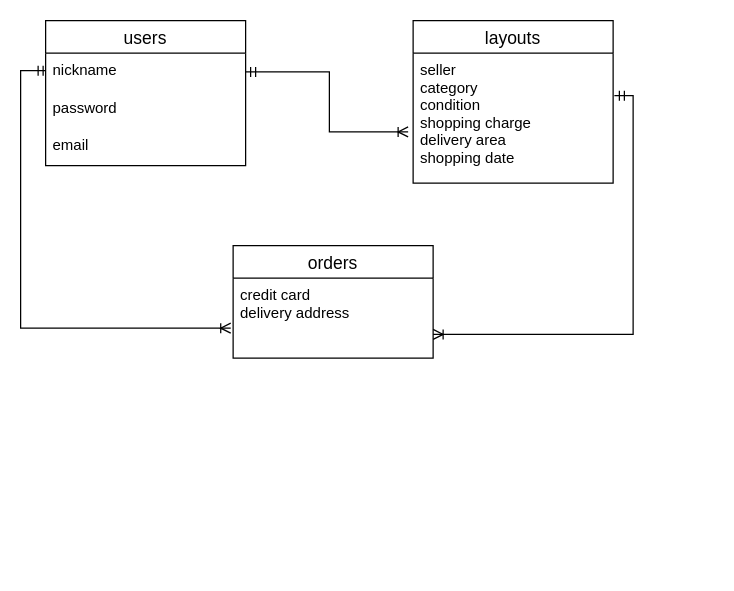
Earlier version of the draw.io diagram test.dio (kodairafumikazu/furima-33027). Source tidied: cells renumbered, new cells numbered last; positions are measured from the earlier drawing's top-left corner, leaving out a move shared by most shapes. Both pictures are drawn from the tidied source at 125%, with x=0, y=0 at pixel (20, 20).
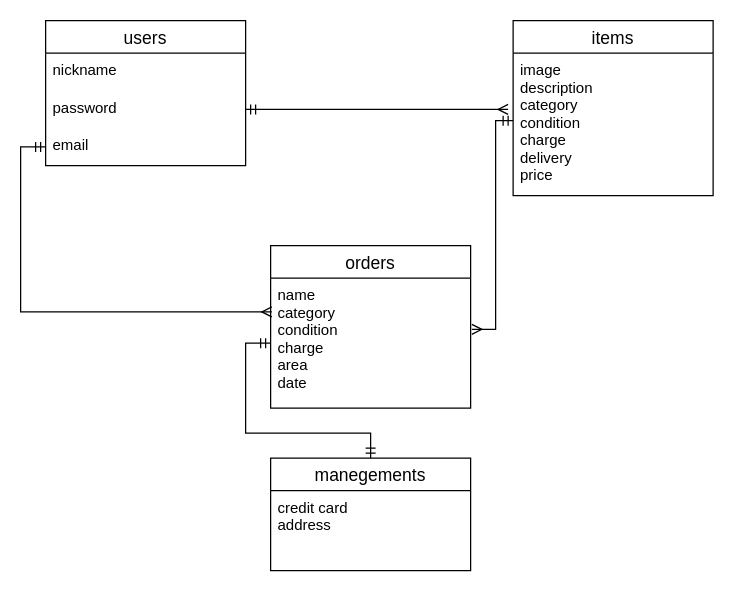
Above is the later version.

Commit message (it also covers changes not shown here):
ER図、データベース設計の修正２

Change to the diagram source:
```diff
@@
 <mxGraphModel>
   <root>
     <mxCell id="0" />
     <mxCell id="1" parent="0" />
     <mxCell id="2" value="users" style="swimlane;fontStyle=0;horizontal=1;startSize=26;align=center;fontSize=14;" parent="1" vertex="1">
       <mxGeometry x="20" width="160" height="116" as="geometry" />
     </mxCell>
     <mxCell id="3" value="nickname" style="text;strokeColor=none;fillColor=none;spacingLeft=4;spacingRight=4;overflow=hidden;points=[[0,0.5],[1,0.5]];portConstraint=eastwest;fontSize=12;" parent="2" vertex="1">
       <mxGeometry y="26" width="160" height="30" as="geometry" />
     </mxCell>
     <mxCell id="4" value="password" style="text;strokeColor=none;fillColor=none;spacingLeft=4;spacingRight=4;overflow=hidden;points=[[0,0.5],[1,0.5]];portConstraint=eastwest;fontSize=12;" parent="2" vertex="1">
       <mxGeometry y="56" width="160" height="30" as="geometry" />
     </mxCell>
     <mxCell id="5" value="email" style="text;strokeColor=none;fillColor=none;spacingLeft=4;spacingRight=4;overflow=hidden;points=[[0,0.5],[1,0.5]];portConstraint=eastwest;fontSize=12;" parent="2" vertex="1">
       <mxGeometry y="86" width="160" height="30" as="geometry" />
     </mxCell>
-    <mxCell id="6" value="layouts" style="swimlane;fontStyle=0;horizontal=1;startSize=26;align=center;fontSize=14;" parent="1" vertex="1">
-      <mxGeometry x="314" width="160" height="130" as="geometry" />
+    <mxCell id="6" value="orders" style="swimlane;fontStyle=0;horizontal=1;startSize=26;align=center;fontSize=14;" parent="1" vertex="1">
+      <mxGeometry x="200" y="180" width="160" height="130" as="geometry" />
     </mxCell>
+    <mxCell id="12" value="name&#10;category&#10;condition&#10;charge&#10;area&#10;date&#10;" style="text;strokeColor=none;fillColor=none;spacingLeft=4;spacingRight=4;overflow=hidden;points=[[0,0.5],[1,0.5]];portConstraint=eastwest;fontSize=12;" parent="6" vertex="1">
+      <mxGeometry y="26" width="160" height="104" as="geometry" />
+    </mxCell>
-    <mxCell id="7" value="orders" style="swimlane;fontStyle=0;horizontal=1;startSize=26;align=center;fontSize=14;" parent="1" vertex="1">
-      <mxGeometry x="170" y="180" width="160" height="90" as="geometry" />
+    <mxCell id="7" value="manegements" style="swimlane;fontStyle=0;horizontal=1;startSize=26;align=center;fontSize=14;" parent="1" vertex="1">
+      <mxGeometry x="200" y="350" width="160" height="90" as="geometry" />
     </mxCell>
-    <mxCell id="8" value="credit card &#10;delivery address" style="text;strokeColor=none;fillColor=none;spacingLeft=4;spacingRight=4;overflow=hidden;points=[[0,0.5],[1,0.5]];portConstraint=eastwest;fontSize=12;" parent="7" vertex="1">
+    <mxCell id="8" value="credit card &#10;address" style="text;strokeColor=none;fillColor=none;spacingLeft=4;spacingRight=4;overflow=hidden;points=[[0,0.5],[1,0.5]];portConstraint=eastwest;fontSize=12;" parent="7" vertex="1">
       <mxGeometry y="26" width="160" height="64" as="geometry" />
     </mxCell>
-    <mxCell id="9" style="edgeStyle=orthogonalEdgeStyle;rounded=0;orthogonalLoop=1;jettySize=auto;html=1;exitX=1;exitY=0.5;exitDx=0;exitDy=0;entryX=1.006;entryY=0.133;entryDx=0;entryDy=0;entryPerimeter=0;startArrow=ERoneToMany;startFill=0;endArrow=ERmandOne;endFill=0;" parent="1" edge="1">
-      <mxGeometry relative="1" as="geometry">
-        <mxPoint x="330" y="251" as="sourcePoint" />
-        <mxPoint x="475" y="60" as="targetPoint" />
-        <Array as="points">
-          <mxPoint x="490" y="251" />
-          <mxPoint x="490" y="60" />
-        </Array>
-      </mxGeometry>
-    </mxCell>
-    <mxCell id="10" style="edgeStyle=orthogonalEdgeStyle;rounded=0;jettySize=auto;html=1;startArrow=ERmandOne;startFill=0;endArrow=ERoneToMany;endFill=0;entryX=-0.012;entryY=0.625;entryDx=0;entryDy=0;entryPerimeter=0;" parent="1" edge="1" target="8">
-      <mxGeometry relative="1" as="geometry">
-        <mxPoint x="10" y="40" as="sourcePoint" />
-        <Array as="points">
-          <mxPoint x="20" y="40" />
-          <mxPoint y="40" />
-          <mxPoint y="246" />
-        </Array>
-      </mxGeometry>
-    </mxCell>
-    <mxCell id="11" style="edgeStyle=orthogonalEdgeStyle;rounded=0;jettySize=auto;html=1;exitX=1;exitY=0.5;exitDx=0;exitDy=0;startArrow=ERmandOne;startFill=0;endArrow=ERoneToMany;endFill=0;" parent="1" edge="1" source="3">
-      <mxGeometry relative="1" as="geometry">
-        <mxPoint x="310" y="89" as="targetPoint" />
-        <Array as="points">
-          <mxPoint x="247" y="41" />
-          <mxPoint x="247" y="89" />
-        </Array>
-      </mxGeometry>
-    </mxCell>
-    <mxCell id="12" value="seller&#10;category&#10;condition&#10;shopping charge&#10;delivery area&#10;shopping date&#10;" style="text;strokeColor=none;fillColor=none;spacingLeft=4;spacingRight=4;overflow=hidden;points=[[0,0.5],[1,0.5]];portConstraint=eastwest;fontSize=12;" parent="1" vertex="1">
-      <mxGeometry x="314" y="26" width="160" height="104" as="geometry" />
-    </mxCell>
+    <mxCell id="13" value="items" style="swimlane;fontStyle=0;horizontal=1;startSize=26;align=center;fontSize=14;" parent="1" vertex="1">
+      <mxGeometry x="394" width="160" height="140" as="geometry" />
+    </mxCell>
+    <mxCell id="14" value="image&#10;description&#10;category&#10;condition&#10;charge&#10;delivery&#10;price&#10;&#10;" style="text;strokeColor=none;fillColor=none;spacingLeft=4;spacingRight=4;overflow=hidden;points=[[0,0.5],[1,0.5]];portConstraint=eastwest;fontSize=12;" parent="13" vertex="1">
+      <mxGeometry y="26" width="160" height="114" as="geometry" />
+    </mxCell>
+    <mxCell id="15" style="edgeStyle=orthogonalEdgeStyle;rounded=0;jettySize=auto;html=1;endArrow=ERmany;endFill=0;startArrow=ERmandOne;startFill=0;" parent="1" edge="1" source="4">
+      <mxGeometry relative="1" as="geometry">
+        <mxPoint x="390" y="71" as="targetPoint" />
+        <Array as="points">
+          <mxPoint x="370" y="71" />
+          <mxPoint x="370" y="71" />
+        </Array>
+      </mxGeometry>
+    </mxCell>
+    <mxCell id="16" style="edgeStyle=orthogonalEdgeStyle;rounded=0;jettySize=auto;html=1;entryX=1.006;entryY=0.394;entryDx=0;entryDy=0;entryPerimeter=0;startArrow=ERmandOne;startFill=0;endArrow=ERmany;endFill=0;" parent="1" edge="1" source="14" target="12">
+      <mxGeometry relative="1" as="geometry">
+        <Array as="points">
+          <mxPoint x="380" y="80" />
+          <mxPoint x="380" y="247" />
+        </Array>
+      </mxGeometry>
+    </mxCell>
+    <mxCell id="17" style="edgeStyle=orthogonalEdgeStyle;rounded=0;jettySize=auto;html=1;startArrow=ERmandOne;startFill=0;endArrow=ERmandOne;endFill=0;" parent="1" edge="1" source="12" target="7">
+      <mxGeometry relative="1" as="geometry" />
+    </mxCell>
+    <mxCell id="18" style="edgeStyle=orthogonalEdgeStyle;rounded=0;jettySize=auto;html=1;exitX=0;exitY=0.5;exitDx=0;exitDy=0;entryX=0.006;entryY=0.26;entryDx=0;entryDy=0;entryPerimeter=0;startArrow=ERmandOne;startFill=0;endArrow=ERmany;endFill=0;" parent="1" edge="1" source="5" target="12">
+      <mxGeometry relative="1" as="geometry" />
+    </mxCell>
   </root>
 </mxGraphModel>
```
